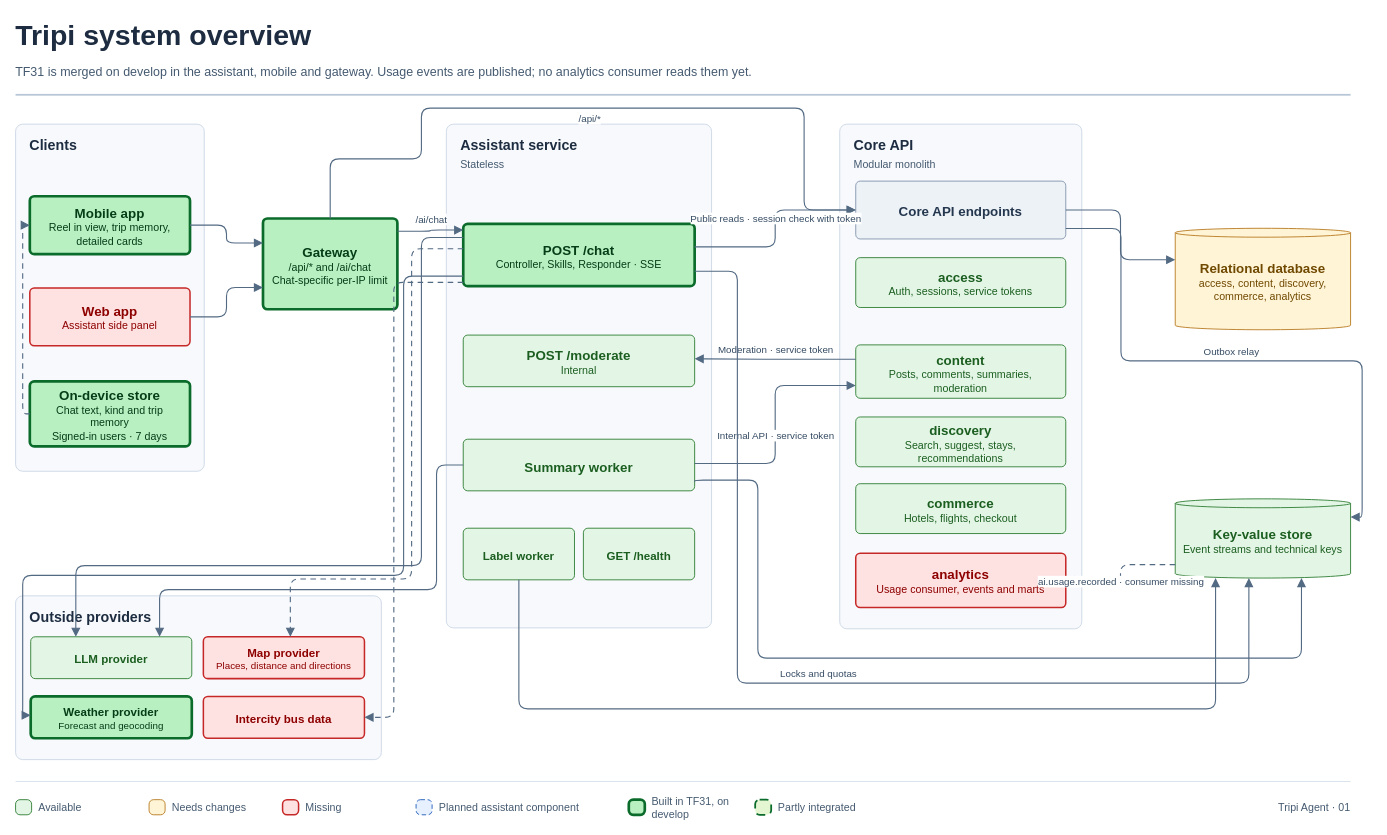
Sukemcute/tripflix-ai keeps this draw.io diagram as page "01 Tổng thể" (2 of 6) of docs/architecture/tripi-agent-kien-truc-chi-tiet.drawio. Above is the earlier version. Source tidied: cells renumbered, new cells numbered last; positions are measured from the earlier drawing's top-left corner, leaving out a move shared by most shapes. Both pictures are drawn from the tidied source at 89%, with x=0, y=0 at pixel (15, 15).
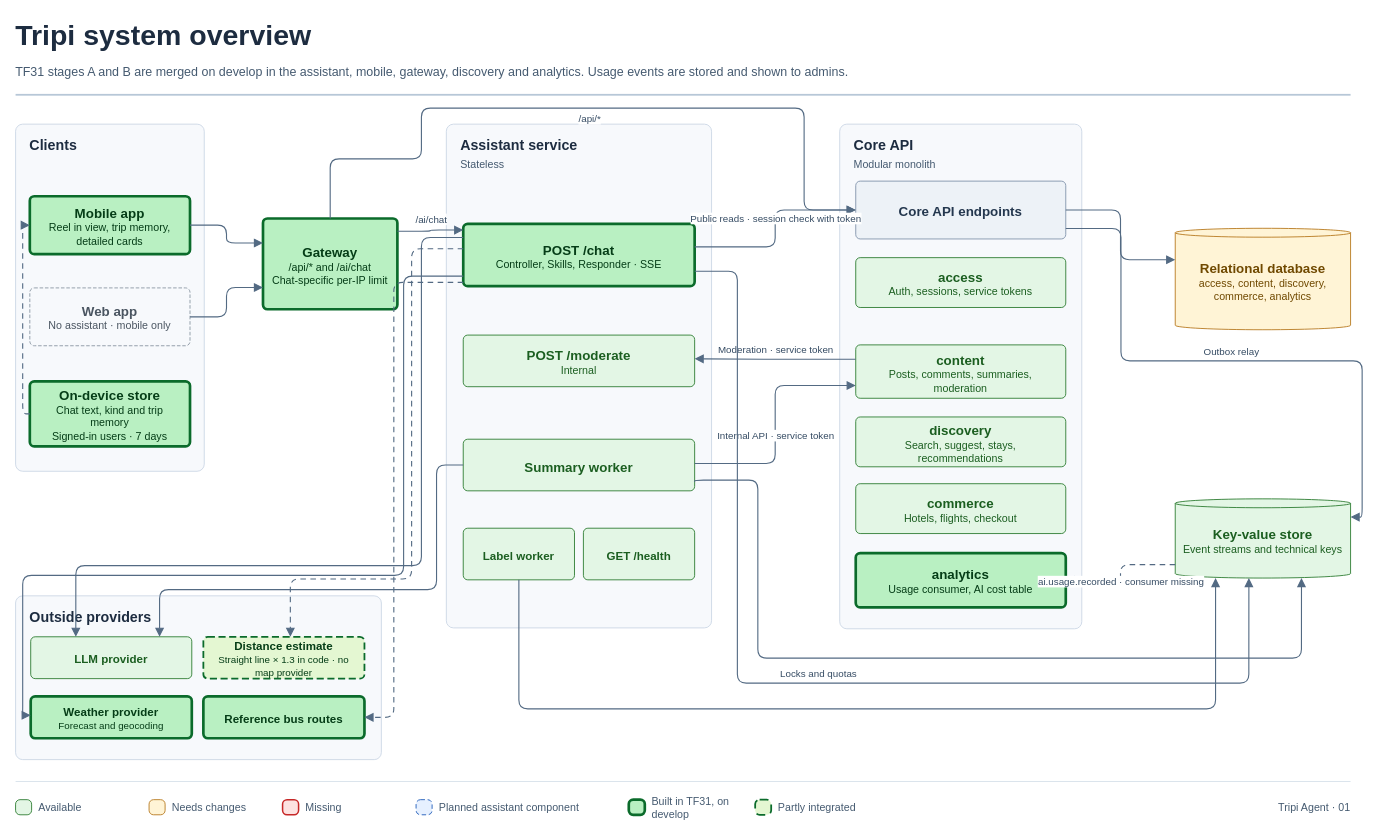
The same diagram, later.

What changed in the source:
```diff
@@
-    <mxCell id="3" value="TF31 is merged on develop in the assistant, mobile and gateway. Usage events are published; no analytics consumer reads them yet." style="whiteSpace=wrap;html=1;fillColor=none;fontFamily=Arial;text;whiteSpace=wrap;strokeColor=none;align=left;verticalAlign=middle;spacing=0;fontSize=14;fontColor=#455A70;fontStyle=0;" parent="1" vertex="1">
+    <mxCell id="3" value="TF31 stages A and B are merged on develop in the assistant, mobile, gateway, discovery and analytics. Usage events are stored and shown to admins." style="whiteSpace=wrap;html=1;fillColor=none;fontFamily=Arial;text;whiteSpace=wrap;strokeColor=none;align=left;verticalAlign=middle;spacing=0;fontSize=14;fontColor=#455A70;fontStyle=0;" parent="1" vertex="1">
       <mxGeometry y="51" width="1500" height="24" as="geometry" />
     </mxCell>
@@
-    <mxCell id="26" value="&lt;span style=&quot;font-size:15px&quot;&gt;&lt;b&gt;Web app&lt;/b&gt;&lt;/span&gt;&lt;br&gt;&lt;span style=&quot;font-size:12px&quot;&gt;Assistant side panel&lt;/span&gt;" style="whiteSpace=wrap;html=1;fillColor=#fde2e1;fontFamily=Arial;rounded=1;absoluteArcSize=1;arcSize=10;strokeWidth=1.7;strokeColor=#c62828;fontColor=#8e0000;align=center;verticalAlign=middle;spacingLeft=8;spacingRight=8;spacingTop=3;" parent="1" vertex="1">
+    <mxCell id="26" value="&lt;span style=&quot;font-size:15px&quot;&gt;&lt;b&gt;Web app&lt;/b&gt;&lt;/span&gt;&lt;br&gt;&lt;span style=&quot;font-size:12px&quot;&gt;No assistant · mobile only&lt;/span&gt;" style="whiteSpace=wrap;html=1;fontFamily=Arial;rounded=1;absoluteArcSize=1;arcSize=10;align=center;verticalAlign=middle;spacingLeft=8;spacingRight=8;spacingTop=3;fillColor=#f7f9fc;strokeColor=#8a96a3;fontColor=#4a5561;strokeWidth=1;dashed=1;dashPattern=4 2;" parent="1" vertex="1">
       <mxGeometry x="16" y="306" width="180" height="65" as="geometry" />
     </mxCell>
@@
-    <mxCell id="39" value="&lt;span style=&quot;font-size:15px&quot;&gt;&lt;b&gt;analytics&lt;/b&gt;&lt;/span&gt;&lt;br&gt;&lt;span style=&quot;font-size:12px&quot;&gt;Usage consumer, events and marts&lt;/span&gt;" style="whiteSpace=wrap;html=1;fillColor=#fde2e1;fontFamily=Arial;rounded=1;absoluteArcSize=1;arcSize=10;strokeWidth=1.7;strokeColor=#c62828;fontColor=#8e0000;align=center;verticalAlign=middle;spacingLeft=8;spacingRight=8;spacingTop=3;" parent="1" vertex="1">
+    <mxCell id="39" value="&lt;span style=&quot;font-size:15px&quot;&gt;&lt;b&gt;analytics&lt;/b&gt;&lt;/span&gt;&lt;br&gt;&lt;span style=&quot;font-size:12px&quot;&gt;Usage consumer, AI cost table&lt;/span&gt;" style="whiteSpace=wrap;html=1;fontFamily=Arial;rounded=1;absoluteArcSize=1;arcSize=10;align=center;verticalAlign=middle;spacingLeft=8;spacingRight=8;spacingTop=3;fillColor=#B9F0C2;strokeColor=#0B6B2B;fontColor=#053D17;strokeWidth=3;" parent="1" vertex="1">
       <mxGeometry x="944" y="604" width="236" height="61" as="geometry" />
     </mxCell>
@@
-    <mxCell id="43" value="&lt;span style=&quot;font-size:13px&quot;&gt;&lt;b&gt;Map provider&lt;/b&gt;&lt;/span&gt;&lt;br&gt;&lt;span style=&quot;font-size:11px&quot;&gt;Places, distance and directions&lt;/span&gt;" style="whiteSpace=wrap;html=1;fillColor=#fde2e1;fontFamily=Arial;rounded=1;absoluteArcSize=1;arcSize=10;strokeWidth=1.7;strokeColor=#c62828;fontColor=#8e0000;align=center;verticalAlign=middle;spacingLeft=8;spacingRight=8;spacingTop=3;" parent="1" vertex="1">
+    <mxCell id="43" value="&lt;span style=&quot;font-size:13px&quot;&gt;&lt;b&gt;Distance estimate&lt;/b&gt;&lt;/span&gt;&lt;br&gt;&lt;span style=&quot;font-size:11px&quot;&gt;Straight line × 1.3 in code · no map provider&lt;/span&gt;" style="whiteSpace=wrap;html=1;fontFamily=Arial;rounded=1;absoluteArcSize=1;arcSize=10;align=center;verticalAlign=middle;spacingLeft=8;spacingRight=8;spacingTop=3;fillColor=#e4f7d2;strokeColor=#0b6b2b;fontColor=#053d17;strokeWidth=2;dashed=1;dashPattern=4 2;" parent="1" vertex="1">
       <mxGeometry x="211" y="698" width="181" height="47" as="geometry" />
     </mxCell>
@@
-    <mxCell id="45" value="&lt;span style=&quot;font-size:13px&quot;&gt;&lt;b&gt;Intercity bus data&lt;/b&gt;&lt;/span&gt;" style="whiteSpace=wrap;html=1;fillColor=#fde2e1;fontFamily=Arial;rounded=1;absoluteArcSize=1;arcSize=10;strokeWidth=1.7;strokeColor=#c62828;fontColor=#8e0000;align=center;verticalAlign=middle;spacingLeft=8;spacingRight=8;spacingTop=3;" parent="1" vertex="1">
+    <mxCell id="45" value="&lt;span style=&quot;font-size:13px&quot;&gt;&lt;b&gt;Reference bus routes&lt;/b&gt;&lt;/span&gt;" style="whiteSpace=wrap;html=1;fontFamily=Arial;rounded=1;absoluteArcSize=1;arcSize=10;align=center;verticalAlign=middle;spacingLeft=8;spacingRight=8;spacingTop=3;fillColor=#B9F0C2;strokeColor=#0B6B2B;fontColor=#053D17;strokeWidth=3;" parent="1" vertex="1">
       <mxGeometry x="211" y="765" width="181" height="47" as="geometry" />
     </mxCell>
```
